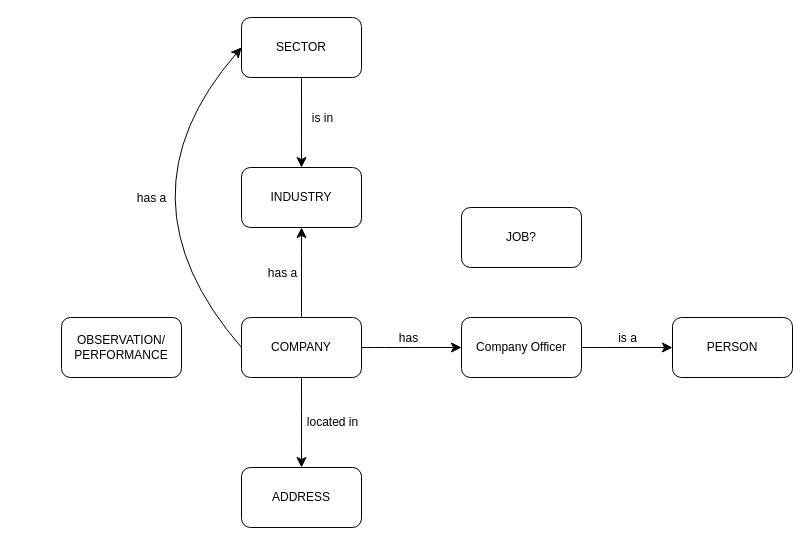
This is finance-kg.drawio from coppeneur/finance-kg, a draw.io file, before an edit. Source tidied: cells renumbered, new cells numbered last; positions are measured from the earlier drawing's top-left corner, leaving out a move shared by most shapes. Both pictures are drawn from the tidied source at 100%, with x=0, y=0 at pixel (61, 17).
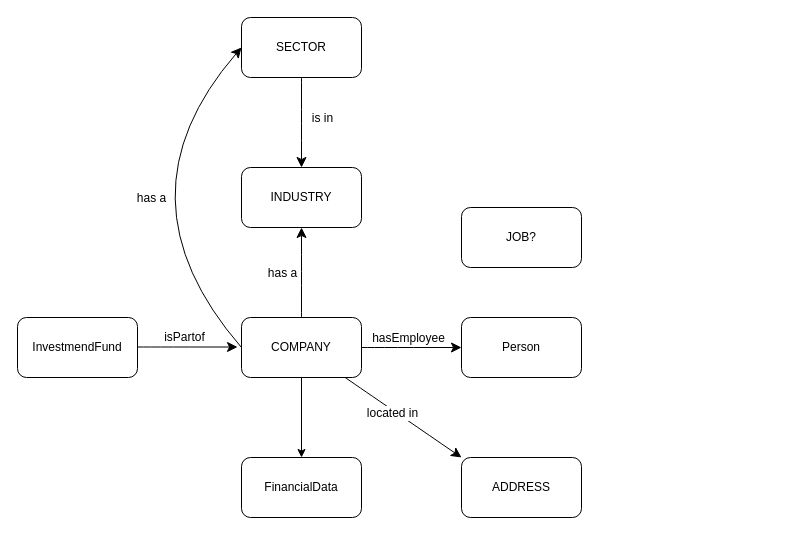
Above is the later version.

Unchanged cells that the change refers to:
```xml
<mxCell id="6" value="COMPANY" style="rounded=1;whiteSpace=wrap;html=1;" parent="1" vertex="1">
  <mxGeometry x="180" y="300" width="120" height="60" as="geometry" />
</mxCell>
<mxCell id="8" style="endArrow=classic;html=1;rounded=0;fontSize=12;startSize=8;endSize=8;curved=1;exitX=1;exitY=0.5;exitDx=0;exitDy=0;entryX=0;entryY=0.5;entryDx=0;entryDy=0;" parent="1" edge="1" source="6" target="10">
  <mxGeometry relative="1" as="geometry" />
</mxCell>
```

Diff of the diagram source:
```diff
@@
-    <mxCell id="2" style="edgeStyle=none;curved=1;rounded=0;jettySize=auto;html=1;entryX=0.5;entryY=0;entryDx=0;entryDy=0;fontSize=12;startSize=8;endSize=8;" parent="1" edge="1" source="6" target="13">
+    <mxCell id="2" style="edgeStyle=none;curved=1;rounded=0;jettySize=auto;html=1;entryX=0;entryY=0;entryDx=0;entryDy=0;fontSize=12;startSize=8;endSize=8;" parent="1" edge="1" source="6" target="13">
       <mxGeometry relative="1" as="geometry" />
     </mxCell>
     <mxCell id="3" value="located in" style="edgeLabel;html=1;align=center;verticalAlign=middle;fontSize=12;" parent="2" vertex="1">
       <mxGeometry x="-0.02" y="-2" relative="1" as="geometry">
-        <mxPoint x="32" as="offset" />
+        <mxPoint x="-9" y="-5" as="offset" />
       </mxGeometry>
     </mxCell>
@@
+    <mxCell id="22" style="edgeStyle=orthogonalEdgeStyle;rounded=0;jettySize=auto;html=1;entryX=0.5;entryY=0;entryDx=0;entryDy=0;" parent="1" edge="1" source="6" target="25">
+      <mxGeometry relative="1" as="geometry" />
+    </mxCell>
@@
-    <mxCell id="7" value="PERSON" style="rounded=1;whiteSpace=wrap;html=1;" parent="1" vertex="1">
-      <mxGeometry x="611" y="300" width="120" height="60" as="geometry" />
-    </mxCell>
@@
-    <mxCell id="9" value="has" style="edgeLabel;html=1;align=center;verticalAlign=middle;fontSize=12;" parent="8" vertex="1">
+    <mxCell id="9" value="hasEmployee" style="edgeLabel;html=1;align=center;verticalAlign=middle;fontSize=12;" parent="8" vertex="1">
       <mxGeometry x="-0.09" y="1" relative="1" as="geometry">
         <mxPoint y="-9" as="offset" />
       </mxGeometry>
     </mxCell>
-    <mxCell id="10" value="Company Officer" style="rounded=1;whiteSpace=wrap;html=1;" parent="1" vertex="1">
+    <mxCell id="10" value="Person" style="rounded=1;whiteSpace=wrap;html=1;" parent="1" vertex="1">
       <mxGeometry x="400" y="300" width="120" height="60" as="geometry" />
     </mxCell>
-    <mxCell id="11" style="edgeStyle=none;curved=1;rounded=0;jettySize=auto;html=1;fontSize=12;startSize=8;endSize=8;exitX=1;exitY=0.5;exitDx=0;exitDy=0;entryX=0;entryY=0.5;entryDx=0;entryDy=0;" parent="1" edge="1" source="10" target="7">
-      <mxGeometry relative="1" as="geometry" />
-    </mxCell>
-    <mxCell id="12" value="is a" style="edgeLabel;html=1;align=center;verticalAlign=middle;fontSize=12;" parent="11" vertex="1">
-      <mxGeometry x="-0.01" y="1" relative="1" as="geometry">
-        <mxPoint y="-9" as="offset" />
-      </mxGeometry>
-    </mxCell>
     <mxCell id="13" value="ADDRESS" style="rounded=1;whiteSpace=wrap;html=1;" parent="1" vertex="1">
-      <mxGeometry x="180" y="450" width="120" height="60" as="geometry" />
+      <mxGeometry x="400" y="440" width="120" height="60" as="geometry" />
     </mxCell>
@@
-    <mxCell id="20" value="OBSERVATION/ PERFORMANCE" style="rounded=1;whiteSpace=wrap;html=1;" parent="1" vertex="1">
-      <mxGeometry y="300" width="120" height="60" as="geometry" />
+    <mxCell id="20" value="InvestmendFund" style="rounded=1;whiteSpace=wrap;html=1;" parent="1" vertex="1">
+      <mxGeometry x="-44" y="300" width="120" height="60" as="geometry" />
     </mxCell>
@@
+    <mxCell id="23" style="endArrow=classic;html=1;rounded=0;fontSize=12;startSize=8;endSize=8;curved=1;exitX=1;exitY=0.5;exitDx=0;exitDy=0;entryX=0;entryY=0.5;entryDx=0;entryDy=0;" parent="1" edge="1">
+      <mxGeometry relative="1" as="geometry">
+        <mxPoint x="76" y="329.5" as="sourcePoint" />
+        <mxPoint x="176" y="329.5" as="targetPoint" />
+      </mxGeometry>
+    </mxCell>
+    <mxCell id="24" value="isPartof" style="edgeLabel;html=1;align=center;verticalAlign=middle;fontSize=12;" parent="23" vertex="1">
+      <mxGeometry x="-0.09" y="1" relative="1" as="geometry">
+        <mxPoint y="-9" as="offset" />
+      </mxGeometry>
+    </mxCell>
+    <mxCell id="25" value="FinancialData" style="rounded=1;whiteSpace=wrap;html=1;" parent="1" vertex="1">
+      <mxGeometry x="180" y="440" width="120" height="60" as="geometry" />
+    </mxCell>
```
